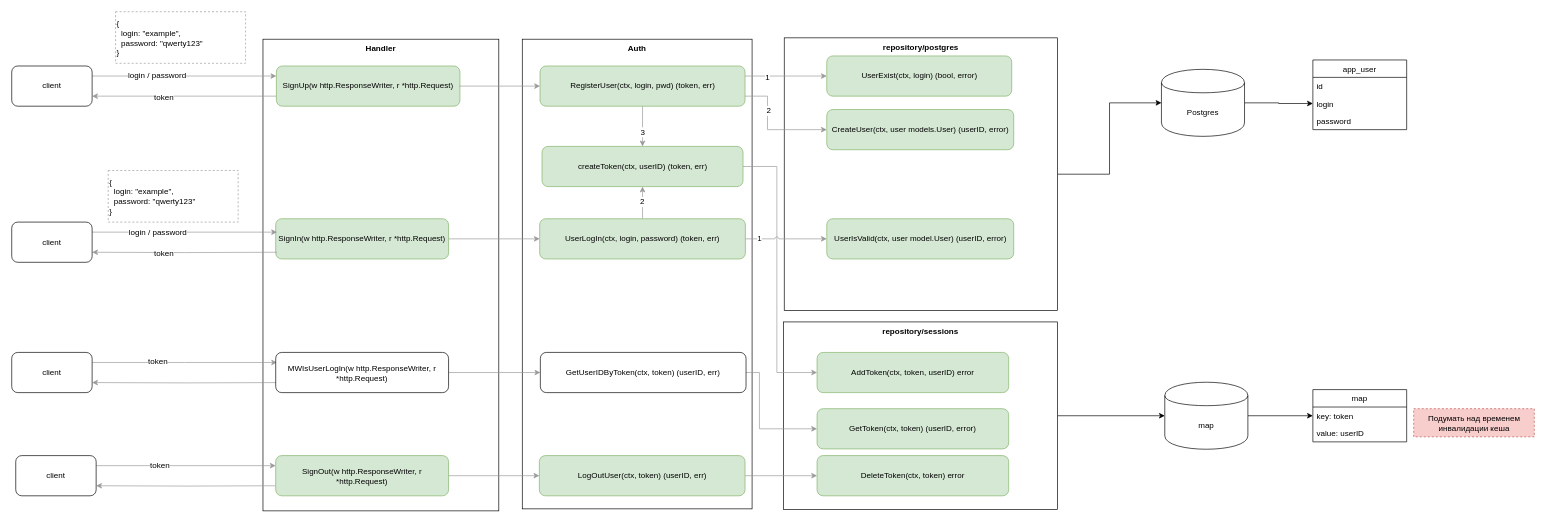
The draw.io diagram page "Server.Auth" (2 of 4) of docs/img/goph_keeper.drawio in yury-nazarov/goph_keeper, before the edit. Source tidied: cells renumbered, new cells numbered last; positions are measured from the earlier drawing's top-left corner, leaving out a move shared by most shapes. Both pictures are drawn from the tidied source at 67%, with x=0, y=0 at pixel (11, 11).
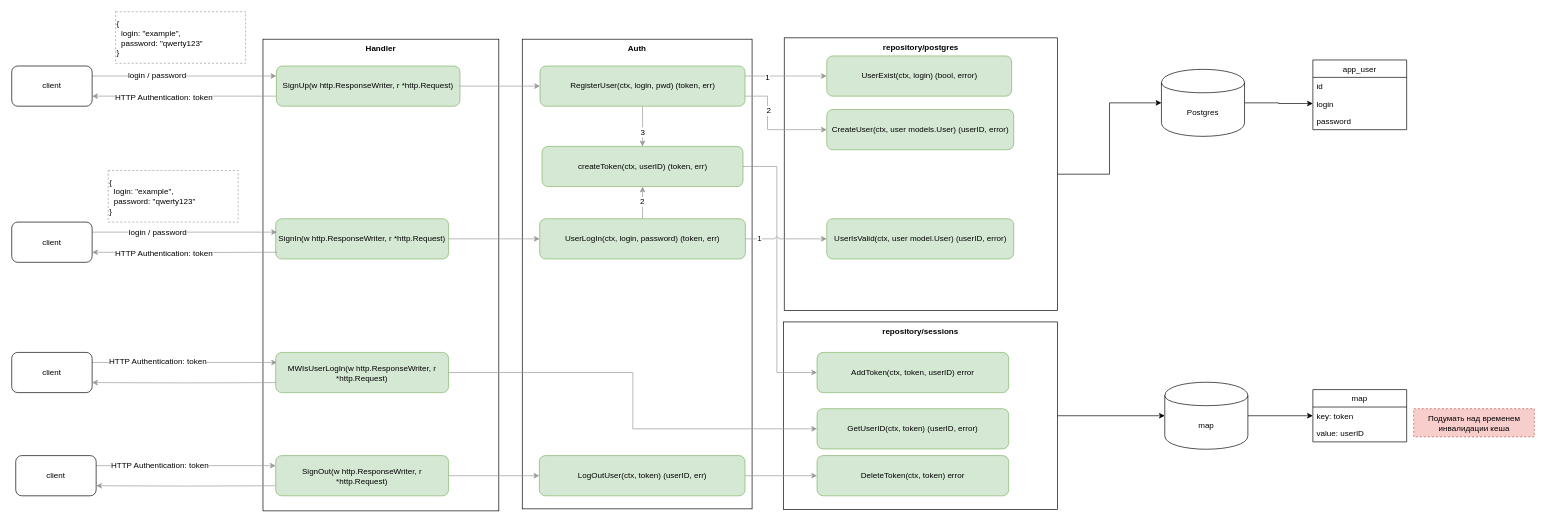
Above is the later version.

The change refers to these unchanged cells:
```xml
<mxCell id="3" style="edgeStyle=orthogonalEdgeStyle;rounded=0;jettySize=auto;html=1;exitX=0;exitY=0.75;exitDx=0;exitDy=0;entryX=1;entryY=0.75;entryDx=0;entryDy=0;strokeColor=#999999;" parent="1" edge="1" source="5" target="25">
  <mxGeometry relative="1" as="geometry" />
</mxCell>
<mxCell id="39" style="edgeStyle=orthogonalEdgeStyle;rounded=0;jettySize=auto;html=1;entryX=1;entryY=0.75;entryDx=0;entryDy=0;strokeColor=#999999;" parent="1" edge="1" target="43">
  <mxGeometry relative="1" as="geometry">
    <mxPoint x="396" y="359" as="sourcePoint" />
  </mxGeometry>
</mxCell>
<mxCell id="49" style="edgeStyle=orthogonalEdgeStyle;rounded=0;jettySize=auto;html=1;exitX=1;exitY=0.25;exitDx=0;exitDy=0;strokeColor=#999999;" parent="1" edge="1" source="51">
  <mxGeometry relative="1" as="geometry">
    <mxPoint x="396" y="523.5" as="targetPoint" />
  </mxGeometry>
</mxCell>
<mxCell id="61" style="edgeStyle=orthogonalEdgeStyle;rounded=0;jettySize=auto;html=1;exitX=1;exitY=0.25;exitDx=0;exitDy=0;strokeColor=#999999;" parent="1" edge="1" source="63">
  <mxGeometry relative="1" as="geometry">
    <mxPoint x="394" y="677.5" as="targetPoint" />
  </mxGeometry>
</mxCell>
```

What changed in the source:
```diff
@@
-    <mxCell id="4" value="token" style="text;html=1;align=center;verticalAlign=middle;labelBackgroundColor=#ffffff;" parent="3" vertex="1">
+    <mxCell id="4" value="HTTP Authentication: token" style="text;html=1;align=center;verticalAlign=middle;labelBackgroundColor=#ffffff;" parent="3" vertex="1">
       <mxGeometry x="0.23" y="1" relative="1" as="geometry" />
     </mxCell>
@@
-    <mxCell id="40" value="token" style="text;html=1;align=center;verticalAlign=middle;labelBackgroundColor=#ffffff;" parent="39" vertex="1">
+    <mxCell id="40" value="HTTP Authentication: token" style="text;html=1;align=center;verticalAlign=middle;labelBackgroundColor=#ffffff;" parent="39" vertex="1">
       <mxGeometry x="0.23" y="1" relative="1" as="geometry" />
     </mxCell>
@@
-    <mxCell id="50" value="token" style="text;html=1;align=center;verticalAlign=middle;labelBackgroundColor=#ffffff;" parent="49" vertex="1">
+    <mxCell id="50" value="HTTP Authentication: token" style="text;html=1;align=center;verticalAlign=middle;labelBackgroundColor=#ffffff;" parent="49" vertex="1">
       <mxGeometry x="-0.3" y="1" relative="1" as="geometry" />
     </mxCell>
@@
-    <mxCell id="52" style="edgeStyle=orthogonalEdgeStyle;rounded=0;jettySize=auto;html=1;exitX=1;exitY=0.5;exitDx=0;exitDy=0;strokeColor=#999999;" parent="1" edge="1" source="53" target="55">
+    <mxCell id="52" style="edgeStyle=orthogonalEdgeStyle;rounded=0;jettySize=auto;html=1;exitX=1;exitY=0.5;exitDx=0;exitDy=0;strokeColor=#999999;entryX=0;entryY=0.5;entryDx=0;entryDy=0;" parent="1" edge="1" source="53" target="56">
       <mxGeometry relative="1" as="geometry" />
     </mxCell>
-    <mxCell id="53" value="MWIsUserLogIn(w http.ResponseWriter, r *http.Request)" style="rounded=1;whiteSpace=wrap;html=1;" parent="1" vertex="1">
+    <mxCell id="53" value="MWIsUserLogIn(w http.ResponseWriter, r *http.Request)" style="rounded=1;whiteSpace=wrap;html=1;fillColor=#d5e8d4;strokeColor=#82b366;" parent="1" vertex="1">
       <mxGeometry x="394" y="508.5" width="258" height="60" as="geometry" />
     </mxCell>
-    <mxCell id="54" style="edgeStyle=orthogonalEdgeStyle;rounded=0;jettySize=auto;html=1;exitX=1;exitY=0.5;exitDx=0;exitDy=0;entryX=0;entryY=0.5;entryDx=0;entryDy=0;strokeColor=#999999;" parent="1" edge="1" source="55" target="56">
-      <mxGeometry relative="1" as="geometry">
-        <Array as="points">
-          <mxPoint x="1096" y="538" />
-          <mxPoint x="1116" y="538" />
-          <mxPoint x="1116" y="623" />
-        </Array>
-      </mxGeometry>
-    </mxCell>
-    <mxCell id="55" value="GetUserIDByToken(ctx, token) (userID, err)" style="rounded=1;whiteSpace=wrap;html=1;" parent="1" vertex="1">
-      <mxGeometry x="789" y="508.5" width="307" height="60" as="geometry" />
-    </mxCell>
-    <mxCell id="56" value="GetToken(ctx,&amp;nbsp;token) (userID, error)" style="rounded=1;whiteSpace=wrap;html=1;fillColor=#d5e8d4;strokeColor=#82b366;" parent="1" vertex="1">
+    <mxCell id="56" value="GetUserID(ctx,&amp;nbsp;token) (userID, error)" style="rounded=1;whiteSpace=wrap;html=1;fillColor=#d5e8d4;strokeColor=#82b366;" parent="1" vertex="1">
       <mxGeometry x="1202" y="592.5" width="286" height="60" as="geometry" />
     </mxCell>
@@
-    <mxCell id="62" value="token" style="text;html=1;align=center;verticalAlign=middle;labelBackgroundColor=#ffffff;" parent="61" vertex="1">
+    <mxCell id="62" value="HTTP Authentication: token" style="text;html=1;align=center;verticalAlign=middle;labelBackgroundColor=#ffffff;" parent="61" vertex="1">
       <mxGeometry x="-0.3" y="1" relative="1" as="geometry" />
     </mxCell>
```
